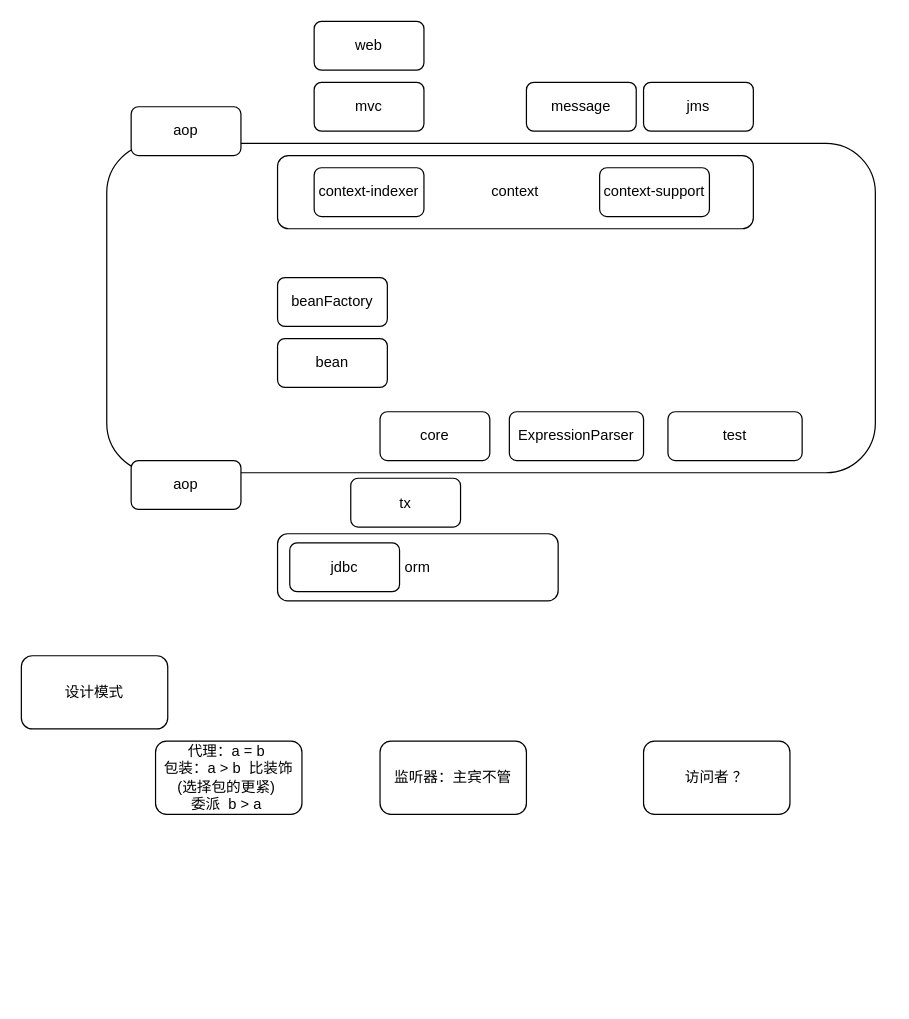
The draw.io diagram menus/springAll.drawio in Asamiyaa/microservice-k8s-yun, before the edit. Source tidied: cells renumbered, new cells numbered last; positions are measured from the earlier drawing's top-left corner, leaving out a move shared by most shapes. Both pictures are drawn from the tidied source at 122%, with x=0, y=0 at pixel (21, 21).
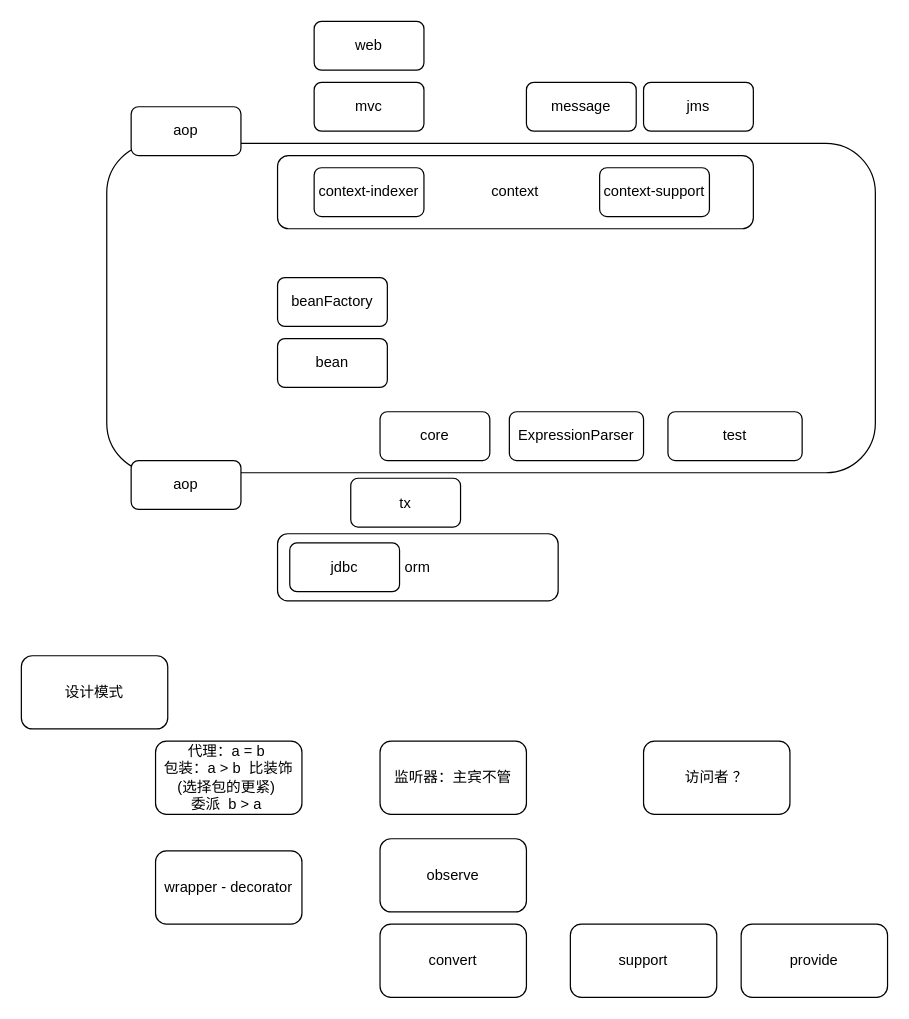
The same diagram, later.

The edit, as a diff of the source:
```diff
@@
+    <mxCell id="24" value="wrapper - decorator" style="rounded=1;whiteSpace=wrap;html=1;" parent="1" vertex="1">
+      <mxGeometry x="110" y="680" width="120" height="60" as="geometry" />
+    </mxCell>
+    <mxCell id="25" value="observe" style="rounded=1;whiteSpace=wrap;html=1;" parent="1" vertex="1">
+      <mxGeometry x="294" y="670" width="120" height="60" as="geometry" />
+    </mxCell>
+    <mxCell id="26" value="convert" style="rounded=1;whiteSpace=wrap;html=1;" parent="1" vertex="1">
+      <mxGeometry x="294" y="740" width="120" height="60" as="geometry" />
+    </mxCell>
+    <mxCell id="27" value="support" style="rounded=1;whiteSpace=wrap;html=1;" parent="1" vertex="1">
+      <mxGeometry x="450" y="740" width="120" height="60" as="geometry" />
+    </mxCell>
+    <mxCell id="28" value="provide" style="rounded=1;whiteSpace=wrap;html=1;" parent="1" vertex="1">
+      <mxGeometry x="590" y="740" width="120" height="60" as="geometry" />
+    </mxCell>
```
